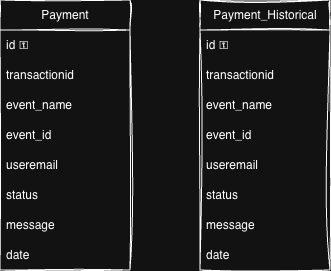
Before: diagrams/database/payment_database.png, a diagram exported from draw.io (blaze2189/arquitecturas-java). Source tidied: cells renumbered, new cells last; positions are measured from the earlier drawing's top-left corner, leaving out a move shared by most shapes.
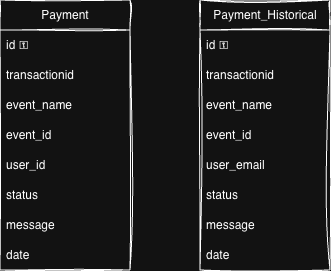
The same diagram one commit later.

Commit message:
Database Model

The edit, as a diff of the source:
```diff
@@ -17,7 +17,7 @@
     <mxCell id="6" value="event_id" style="text;strokeColor=none;fillColor=none;align=left;verticalAlign=middle;spacingLeft=4;spacingRight=4;overflow=hidden;whiteSpace=wrap;html=1;sketch=1;curveFitting=1;jiggle=2;" parent="2" vertex="1">
       <mxGeometry y="120" width="130" height="30" as="geometry" />
     </mxCell>
-    <mxCell id="7" value="useremail" style="text;strokeColor=none;fillColor=none;align=left;verticalAlign=middle;spacingLeft=4;spacingRight=4;overflow=hidden;whiteSpace=wrap;html=1;sketch=1;curveFitting=1;jiggle=2;" parent="2" vertex="1">
+    <mxCell id="7" value="user_id" style="text;strokeColor=none;fillColor=none;align=left;verticalAlign=middle;spacingLeft=4;spacingRight=4;overflow=hidden;whiteSpace=wrap;html=1;sketch=1;curveFitting=1;jiggle=2;" parent="2" vertex="1">
       <mxGeometry y="150" width="130" height="30" as="geometry" />
     </mxCell>
     <mxCell id="8" value="status" style="text;strokeColor=none;fillColor=none;align=left;verticalAlign=middle;spacingLeft=4;spacingRight=4;overflow=hidden;whiteSpace=wrap;html=1;sketch=1;curveFitting=1;jiggle=2;" parent="2" vertex="1">
@@ -44,7 +44,7 @@
     <mxCell id="15" value="event_id" style="text;strokeColor=none;fillColor=none;align=left;verticalAlign=middle;spacingLeft=4;spacingRight=4;overflow=hidden;whiteSpace=wrap;html=1;sketch=1;curveFitting=1;jiggle=2;" parent="11" vertex="1">
       <mxGeometry y="120" width="130" height="30" as="geometry" />
     </mxCell>
-    <mxCell id="16" value="useremail" style="text;strokeColor=none;fillColor=none;align=left;verticalAlign=middle;spacingLeft=4;spacingRight=4;overflow=hidden;whiteSpace=wrap;html=1;sketch=1;curveFitting=1;jiggle=2;" parent="11" vertex="1">
+    <mxCell id="16" value="user_email" style="text;strokeColor=none;fillColor=none;align=left;verticalAlign=middle;spacingLeft=4;spacingRight=4;overflow=hidden;whiteSpace=wrap;html=1;sketch=1;curveFitting=1;jiggle=2;" parent="11" vertex="1">
       <mxGeometry y="150" width="130" height="30" as="geometry" />
     </mxCell>
     <mxCell id="17" value="status" style="text;strokeColor=none;fillColor=none;align=left;verticalAlign=middle;spacingLeft=4;spacingRight=4;overflow=hidden;whiteSpace=wrap;html=1;sketch=1;curveFitting=1;jiggle=2;" parent="11" vertex="1">
```
